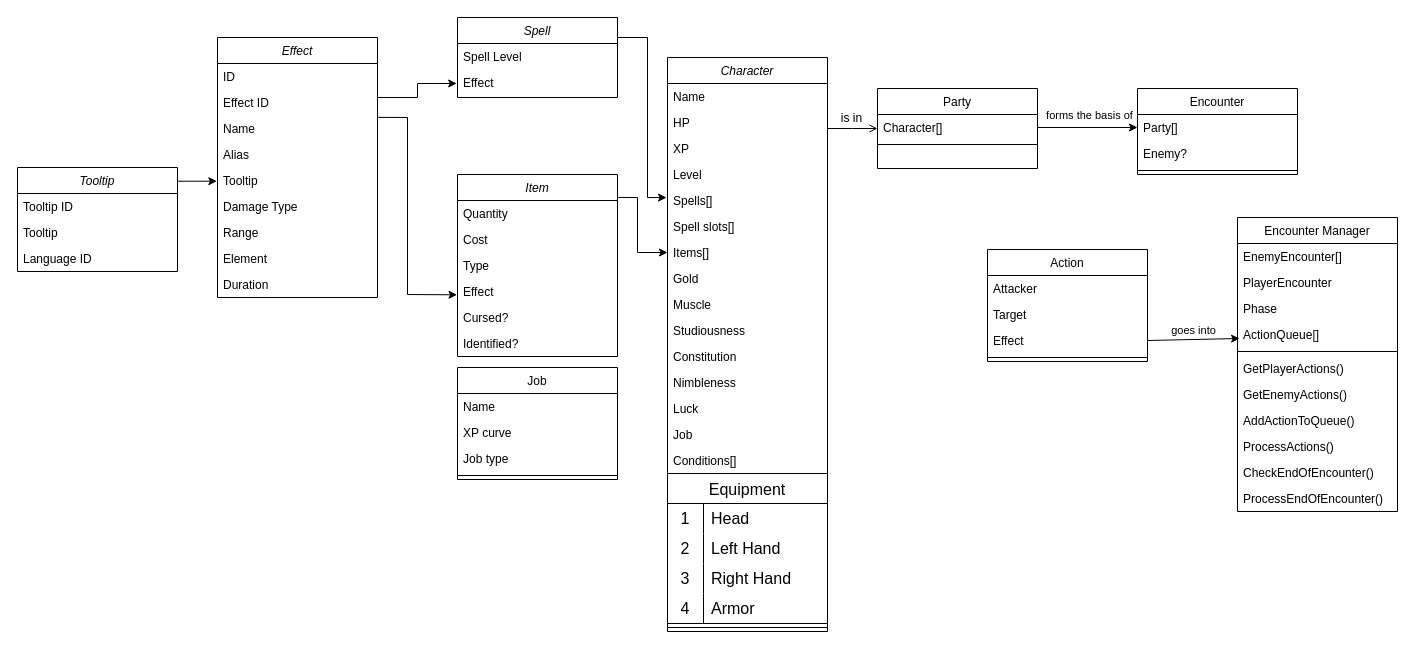
Before: classes.drawio in Schir/rpg-backend, a draw.io diagram. Source tidied: cells renumbered, new cells numbered last; positions are measured from the earlier drawing's top-left corner, leaving out a move shared by most shapes. Both pictures are drawn from the tidied source at 100%, with x=0, y=0 at pixel (17, 17).
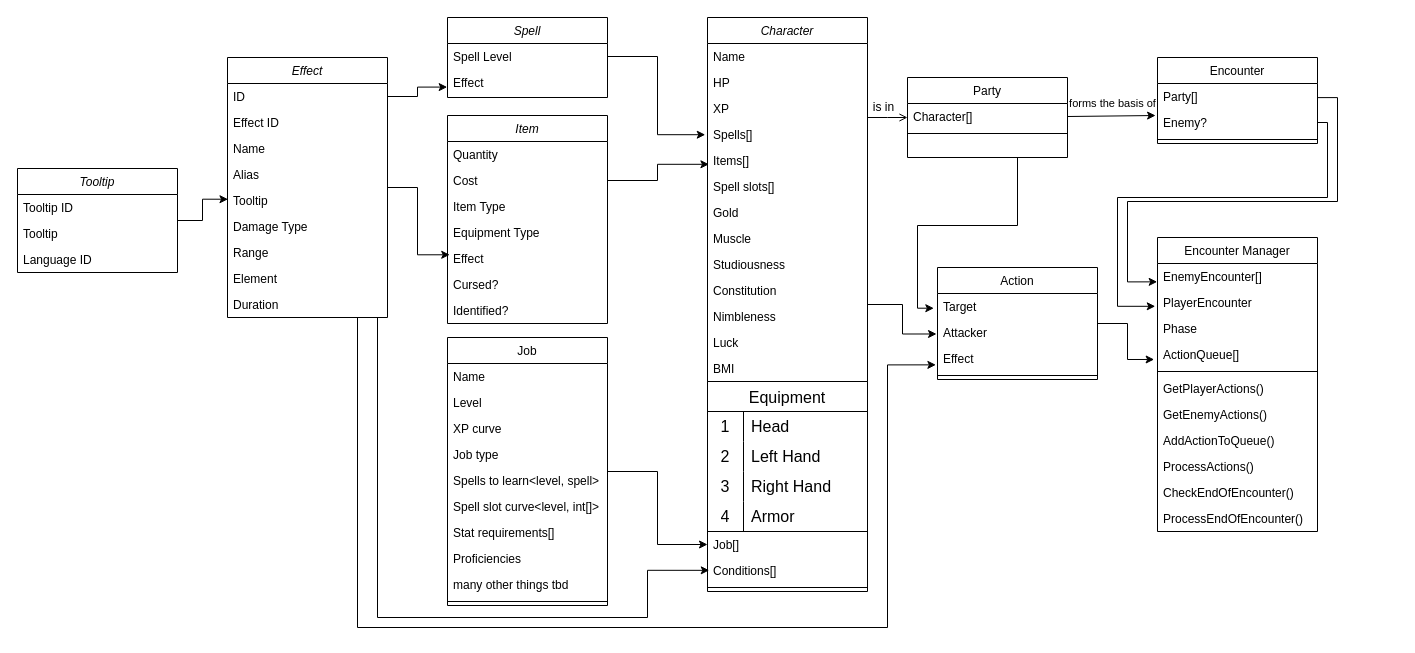
The same page after the edit.

The change refers to these unchanged cells:
```xml
<mxCell id="33" value="Character[]" style="text;align=left;verticalAlign=top;spacingLeft=4;spacingRight=4;overflow=hidden;points=[[0,0.5],[1,0.5]];portConstraint=eastwest;" parent="32" vertex="1">
  <mxGeometry y="26" width="160" height="26" as="geometry" />
</mxCell>
<mxCell id="39" value="Cost" style="text;align=left;verticalAlign=top;spacingLeft=4;spacingRight=4;overflow=hidden;points=[[0,0.5],[1,0.5]];portConstraint=eastwest;rounded=0;shadow=0;html=0;" parent="37" vertex="1">
  <mxGeometry y="52" width="160" height="26" as="geometry" />
</mxCell>
<mxCell id="45" value="Party[]" style="text;align=left;verticalAlign=top;spacingLeft=4;spacingRight=4;overflow=hidden;points=[[0,0.5],[1,0.5]];portConstraint=eastwest;" parent="44" vertex="1">
  <mxGeometry y="26" width="160" height="26" as="geometry" />
</mxCell>
<mxCell id="46" value="Enemy?" style="text;align=left;verticalAlign=top;spacingLeft=4;spacingRight=4;overflow=hidden;points=[[0,0.5],[1,0.5]];portConstraint=eastwest;" parent="44" vertex="1">
  <mxGeometry y="52" width="160" height="26" as="geometry" />
</mxCell>
<mxCell id="52" value="Spell Level" style="text;align=left;verticalAlign=top;spacingLeft=4;spacingRight=4;overflow=hidden;points=[[0,0.5],[1,0.5]];portConstraint=eastwest;rounded=0;shadow=0;html=0;" parent="51" vertex="1">
  <mxGeometry y="26" width="160" height="26" as="geometry" />
</mxCell>
<mxCell id="53" value="Effect" style="text;align=left;verticalAlign=top;spacingLeft=4;spacingRight=4;overflow=hidden;points=[[0,0.5],[1,0.5]];portConstraint=eastwest;rounded=0;shadow=0;html=0;" parent="51" vertex="1">
  <mxGeometry y="52" width="160" height="26" as="geometry" />
</mxCell>
<mxCell id="55" value="ID" style="text;align=left;verticalAlign=top;spacingLeft=4;spacingRight=4;overflow=hidden;points=[[0,0.5],[1,0.5]];portConstraint=eastwest;rounded=0;shadow=0;html=0;" parent="54" vertex="1">
  <mxGeometry y="26" width="160" height="26" as="geometry" />
</mxCell>
<mxCell id="56" value="Effect ID" style="text;align=left;verticalAlign=top;spacingLeft=4;spacingRight=4;overflow=hidden;points=[[0,0.5],[1,0.5]];portConstraint=eastwest;rounded=0;shadow=0;html=0;" parent="54" vertex="1">
  <mxGeometry y="52" width="160" height="26" as="geometry" />
</mxCell>
<mxCell id="59" value="Tooltip" style="text;align=left;verticalAlign=top;spacingLeft=4;spacingRight=4;overflow=hidden;points=[[0,0.5],[1,0.5]];portConstraint=eastwest;rounded=0;shadow=0;html=0;" parent="54" vertex="1">
  <mxGeometry y="130" width="160" height="26" as="geometry" />
</mxCell>
<mxCell id="68" value="EnemyEncounter[]" style="text;align=left;verticalAlign=top;spacingLeft=4;spacingRight=4;overflow=hidden;points=[[0,0.5],[1,0.5]];portConstraint=eastwest;" parent="67" vertex="1">
  <mxGeometry y="26" width="160" height="26" as="geometry" />
</mxCell>
<mxCell id="69" value="PlayerEncounter" style="text;align=left;verticalAlign=top;spacingLeft=4;spacingRight=4;overflow=hidden;points=[[0,0.5],[1,0.5]];portConstraint=eastwest;" parent="67" vertex="1">
  <mxGeometry y="52" width="160" height="26" as="geometry" />
</mxCell>
<mxCell id="71" value="ActionQueue[]" style="text;align=left;verticalAlign=top;spacingLeft=4;spacingRight=4;overflow=hidden;points=[[0,0.5],[1,0.5]];portConstraint=eastwest;" parent="67" vertex="1">
  <mxGeometry y="104" width="160" height="26" as="geometry" />
</mxCell>
<mxCell id="82" value="Effect" style="text;align=left;verticalAlign=top;spacingLeft=4;spacingRight=4;overflow=hidden;points=[[0,0.5],[1,0.5]];portConstraint=eastwest;" parent="79" vertex="1">
  <mxGeometry y="78" width="160" height="26" as="geometry" />
</mxCell>
```

Diff of the diagram source:
```diff
@@
+    <mxCell id="96" style="edgeStyle=orthogonalEdgeStyle;rounded=0;jettySize=auto;html=1;entryX=-0.006;entryY=0.557;entryDx=0;entryDy=0;entryPerimeter=0;" parent="1" edge="1" source="2" target="80">
+      <mxGeometry relative="1" as="geometry" />
+    </mxCell>
     <mxCell id="2" value="Character" style="swimlane;fontStyle=2;align=center;verticalAlign=top;horizontal=1;startSize=26;rounded=0;shadow=0;strokeWidth=1;" parent="1" vertex="1">
-      <mxGeometry x="650" y="40" width="160" height="574" as="geometry" />
+      <mxGeometry x="690" width="160" height="574" as="geometry" />
     </mxCell>
@@
-    <mxCell id="6" value="Level&#10;" style="text;align=left;verticalAlign=top;spacingLeft=4;spacingRight=4;overflow=hidden;rounded=0;shadow=0;html=0;" parent="2" vertex="1">
-      <mxGeometry y="104" width="160" height="26" as="geometry" />
-    </mxCell>
     <mxCell id="7" value="Spells[]" style="text;align=left;verticalAlign=top;spacingLeft=4;spacingRight=4;overflow=hidden;points=[[0,0.5],[1,0.5]];portConstraint=eastwest;rounded=0;shadow=0;html=0;" parent="2" vertex="1">
-      <mxGeometry y="130" width="160" height="26" as="geometry" />
+      <mxGeometry y="104" width="160" height="26" as="geometry" />
     </mxCell>
+    <mxCell id="9" value="Items[]" style="text;align=left;verticalAlign=top;spacingLeft=4;spacingRight=4;overflow=hidden;points=[[0,0.5],[1,0.5]];portConstraint=eastwest;rounded=0;shadow=0;html=0;" parent="2" vertex="1">
+      <mxGeometry y="130" width="160" height="26" as="geometry" />
+    </mxCell>
@@
-    <mxCell id="9" value="Items[]" style="text;align=left;verticalAlign=top;spacingLeft=4;spacingRight=4;overflow=hidden;points=[[0,0.5],[1,0.5]];portConstraint=eastwest;rounded=0;shadow=0;html=0;" parent="2" vertex="1">
-      <mxGeometry y="182" width="160" height="26" as="geometry" />
-    </mxCell>
     <mxCell id="10" value="Gold" style="text;align=left;verticalAlign=top;spacingLeft=4;spacingRight=4;overflow=hidden;rounded=0;shadow=0;html=0;" parent="2" vertex="1">
-      <mxGeometry y="208" width="160" height="26" as="geometry" />
+      <mxGeometry y="182" width="160" height="26" as="geometry" />
     </mxCell>
     <mxCell id="11" value="Muscle" style="text;align=left;verticalAlign=top;spacingLeft=4;spacingRight=4;overflow=hidden;rounded=0;shadow=0;html=0;" parent="2" vertex="1">
-      <mxGeometry y="234" width="160" height="26" as="geometry" />
+      <mxGeometry y="208" width="160" height="26" as="geometry" />
     </mxCell>
     <mxCell id="12" value="Studiousness" style="text;align=left;verticalAlign=top;spacingLeft=4;spacingRight=4;overflow=hidden;rounded=0;shadow=0;html=0;" parent="2" vertex="1">
-      <mxGeometry y="260" width="160" height="26" as="geometry" />
+      <mxGeometry y="234" width="160" height="26" as="geometry" />
     </mxCell>
     <mxCell id="13" value="Constitution" style="text;align=left;verticalAlign=top;spacingLeft=4;spacingRight=4;overflow=hidden;rounded=0;shadow=0;html=0;" parent="2" vertex="1">
-      <mxGeometry y="286" width="160" height="26" as="geometry" />
+      <mxGeometry y="260" width="160" height="26" as="geometry" />
     </mxCell>
     <mxCell id="14" value="Nimbleness" style="text;align=left;verticalAlign=top;spacingLeft=4;spacingRight=4;overflow=hidden;rounded=0;shadow=0;html=0;" parent="2" vertex="1">
-      <mxGeometry y="312" width="160" height="26" as="geometry" />
+      <mxGeometry y="286" width="160" height="26" as="geometry" />
     </mxCell>
     <mxCell id="15" value="Luck" style="text;align=left;verticalAlign=top;spacingLeft=4;spacingRight=4;overflow=hidden;rounded=0;shadow=0;html=0;" parent="2" vertex="1">
-      <mxGeometry y="338" width="160" height="26" as="geometry" />
+      <mxGeometry y="312" width="160" height="26" as="geometry" />
     </mxCell>
-    <mxCell id="16" value="Job" style="text;align=left;verticalAlign=top;spacingLeft=4;spacingRight=4;overflow=hidden;points=[[0,0.5],[1,0.5]];portConstraint=eastwest;rounded=0;shadow=0;html=0;" parent="2" vertex="1">
-      <mxGeometry y="364" width="160" height="26" as="geometry" />
-    </mxCell>
-    <mxCell id="17" value="Conditions[]" style="text;align=left;verticalAlign=top;spacingLeft=4;spacingRight=4;overflow=hidden;points=[[0,0.5],[1,0.5]];portConstraint=eastwest;rounded=0;shadow=0;html=0;" parent="2" vertex="1">
-      <mxGeometry y="390" width="160" height="26" as="geometry" />
-    </mxCell>
+    <mxCell id="97" value="BMI" style="text;align=left;verticalAlign=top;spacingLeft=4;spacingRight=4;overflow=hidden;rounded=0;shadow=0;html=0;" parent="2" vertex="1">
+      <mxGeometry y="338" width="160" height="26" as="geometry" />
+    </mxCell>
     <mxCell id="18" value="Equipment" style="shape=table;startSize=30;childLayout=tableLayout;rowLines=0;fontStyle=0;strokeColor=default;fontSize=16;" parent="2" vertex="1">
-      <mxGeometry y="416" width="160" height="150" as="geometry" />
+      <mxGeometry y="364" width="160" height="150" as="geometry" />
     </mxCell>
@@
+    <mxCell id="16" value="Job[]" style="text;align=left;verticalAlign=top;spacingLeft=4;spacingRight=4;overflow=hidden;points=[[0,0.5],[1,0.5]];portConstraint=eastwest;rounded=0;shadow=0;html=0;" parent="2" vertex="1">
+      <mxGeometry y="514" width="160" height="26" as="geometry" />
+    </mxCell>
+    <mxCell id="17" value="Conditions[]" style="text;align=left;verticalAlign=top;spacingLeft=4;spacingRight=4;overflow=hidden;points=[[0,0.5],[1,0.5]];portConstraint=eastwest;rounded=0;shadow=0;html=0;" parent="2" vertex="1">
+      <mxGeometry y="540" width="160" height="26" as="geometry" />
+    </mxCell>
@@
+    <mxCell id="98" style="edgeStyle=orthogonalEdgeStyle;rounded=0;jettySize=auto;html=1;entryX=-0.023;entryY=0.566;entryDx=0;entryDy=0;entryPerimeter=0;" parent="1" edge="1" source="32" target="81">
+      <mxGeometry relative="1" as="geometry">
+        <Array as="points">
+          <mxPoint x="1000" y="208" />
+          <mxPoint x="900" y="208" />
+          <mxPoint x="900" y="291" />
+        </Array>
+      </mxGeometry>
+    </mxCell>
     <mxCell id="32" value="Party" style="swimlane;fontStyle=0;align=center;verticalAlign=top;horizontal=1;startSize=26;rounded=0;shadow=0;strokeWidth=1;" parent="1" vertex="1">
-      <mxGeometry x="860" y="71" width="160" height="80" as="geometry" />
+      <mxGeometry x="890" y="60" width="160" height="80" as="geometry" />
     </mxCell>
@@
+    <mxCell id="99" style="edgeStyle=orthogonalEdgeStyle;rounded=0;jettySize=auto;html=1;entryX=0.009;entryY=0.646;entryDx=0;entryDy=0;entryPerimeter=0;exitX=1;exitY=0.5;exitDx=0;exitDy=0;" parent="1" edge="1" source="39" target="9">
+      <mxGeometry relative="1" as="geometry" />
+    </mxCell>
     <mxCell id="37" value="Item" style="swimlane;fontStyle=2;align=center;verticalAlign=top;horizontal=1;startSize=26;rounded=0;shadow=0;strokeWidth=1;" parent="1" vertex="1">
-      <mxGeometry x="440" y="157" width="160" height="182" as="geometry" />
+      <mxGeometry x="430" y="98" width="160" height="208" as="geometry" />
     </mxCell>
@@
-    <mxCell id="40" value="Type" style="text;align=left;verticalAlign=top;spacingLeft=4;spacingRight=4;overflow=hidden;rounded=0;shadow=0;html=0;" parent="37" vertex="1">
+    <mxCell id="40" value="Item Type" style="text;align=left;verticalAlign=top;spacingLeft=4;spacingRight=4;overflow=hidden;rounded=0;shadow=0;html=0;" parent="37" vertex="1">
       <mxGeometry y="78" width="160" height="26" as="geometry" />
     </mxCell>
+    <mxCell id="100" value="Equipment Type" style="text;align=left;verticalAlign=top;spacingLeft=4;spacingRight=4;overflow=hidden;rounded=0;shadow=0;html=0;" parent="37" vertex="1">
+      <mxGeometry y="104" width="160" height="26" as="geometry" />
+    </mxCell>
     <mxCell id="41" value="Effect" style="text;align=left;verticalAlign=top;spacingLeft=4;spacingRight=4;overflow=hidden;points=[[0,0.5],[1,0.5]];portConstraint=eastwest;rounded=0;shadow=0;html=0;" parent="37" vertex="1">
-      <mxGeometry y="104" width="160" height="26" as="geometry" />
+      <mxGeometry y="130" width="160" height="26" as="geometry" />
     </mxCell>
     <mxCell id="42" value="Cursed?" style="text;align=left;verticalAlign=top;spacingLeft=4;spacingRight=4;overflow=hidden;rounded=0;shadow=0;html=0;" parent="37" vertex="1">
-      <mxGeometry y="130" width="160" height="26" as="geometry" />
+      <mxGeometry y="156" width="160" height="26" as="geometry" />
     </mxCell>
     <mxCell id="43" value="Identified?" style="text;align=left;verticalAlign=top;spacingLeft=4;spacingRight=4;overflow=hidden;rounded=0;shadow=0;html=0;" parent="37" vertex="1">
-      <mxGeometry y="156" width="160" height="26" as="geometry" />
+      <mxGeometry y="182" width="160" height="26" as="geometry" />
     </mxCell>
+    <mxCell id="101" style="edgeStyle=orthogonalEdgeStyle;rounded=0;jettySize=auto;html=1;exitX=1;exitY=0.5;exitDx=0;exitDy=0;entryX=-0.014;entryY=0.646;entryDx=0;entryDy=0;entryPerimeter=0;" parent="1" edge="1" source="46" target="69">
+      <mxGeometry relative="1" as="geometry">
+        <Array as="points">
+          <mxPoint x="1310" y="105" />
+          <mxPoint x="1310" y="180" />
+          <mxPoint x="1100" y="180" />
+          <mxPoint x="1100" y="289" />
+        </Array>
+      </mxGeometry>
+    </mxCell>
     <mxCell id="44" value="Encounter" style="swimlane;fontStyle=0;align=center;verticalAlign=top;horizontal=1;startSize=26;rounded=0;shadow=0;strokeWidth=1;" parent="1" vertex="1">
-      <mxGeometry x="1120" y="71" width="160" height="86" as="geometry" />
+      <mxGeometry x="1140" y="40" width="160" height="86" as="geometry" />
     </mxCell>
@@
-    <mxCell id="48" style="endArrow=classic;html=1;rounded=0;entryX=0;entryY=0.5;entryDx=0;entryDy=0;exitX=1;exitY=0.5;exitDx=0;exitDy=0;" parent="1" edge="1" source="33" target="45">
+    <mxCell id="48" style="endArrow=classic;html=1;rounded=0;entryX=-0.012;entryY=0.231;entryDx=0;entryDy=0;exitX=1;exitY=0.5;exitDx=0;exitDy=0;entryPerimeter=0;" parent="1" edge="1" source="33" target="46">
       <mxGeometry relative="1" as="geometry" />
     </mxCell>
@@
-    <mxCell id="50" style="endArrow=classic;html=1;rounded=0;entryX=0;entryY=0.5;entryDx=0;entryDy=0;exitX=0.998;exitY=0.126;exitDx=0;exitDy=0;exitPerimeter=0;" parent="1" edge="1" source="37" target="9">
-      <mxGeometry relative="1" as="geometry">
-        <Array as="points">
-          <mxPoint x="620" y="180" />
-          <mxPoint x="620" y="235" />
-        </Array>
-      </mxGeometry>
-    </mxCell>
     <mxCell id="51" value="Spell" style="swimlane;fontStyle=2;align=center;verticalAlign=top;horizontal=1;startSize=26;rounded=0;shadow=0;strokeWidth=1;" parent="1" vertex="1">
-      <mxGeometry x="440" width="160" height="80" as="geometry" />
+      <mxGeometry x="430" width="160" height="80" as="geometry" />
     </mxCell>
@@
+    <mxCell id="102" style="edgeStyle=orthogonalEdgeStyle;rounded=0;jettySize=auto;html=1;entryX=0.014;entryY=0.357;entryDx=0;entryDy=0;entryPerimeter=0;" parent="1" edge="1" source="54" target="41">
+      <mxGeometry relative="1" as="geometry" />
+    </mxCell>
+    <mxCell id="103" style="edgeStyle=orthogonalEdgeStyle;rounded=0;jettySize=auto;html=1;entryX=0.011;entryY=0.494;entryDx=0;entryDy=0;entryPerimeter=0;" parent="1" edge="1" source="54" target="17">
+      <mxGeometry relative="1" as="geometry">
+        <Array as="points">
+          <mxPoint x="360" y="600" />
+          <mxPoint x="630" y="600" />
+          <mxPoint x="630" y="553" />
+          <mxPoint x="692" y="553" />
+        </Array>
+      </mxGeometry>
+    </mxCell>
     <mxCell id="54" value="Effect" style="swimlane;fontStyle=2;align=center;verticalAlign=top;horizontal=1;startSize=26;rounded=0;shadow=0;strokeWidth=1;" parent="1" vertex="1">
-      <mxGeometry x="200" y="20" width="160" height="260" as="geometry" />
+      <mxGeometry x="210" y="40" width="160" height="260" as="geometry" />
     </mxCell>
@@
-    <mxCell id="64" style="endArrow=classic;html=1;rounded=0;exitX=1;exitY=0.25;exitDx=0;exitDy=0;entryX=-0.006;entryY=0.39;entryDx=0;entryDy=0;entryPerimeter=0;" parent="1" edge="1" source="51" target="7">
-      <mxGeometry relative="1" as="geometry">
-        <Array as="points">
-          <mxPoint x="630" y="20" />
-          <mxPoint x="630" y="180" />
-        </Array>
-      </mxGeometry>
-    </mxCell>
-    <mxCell id="65" style="endArrow=classic;html=1;rounded=0;entryX=-0.005;entryY=0.537;entryDx=0;entryDy=0;entryPerimeter=0;" parent="1" edge="1" target="53">
-      <mxGeometry relative="1" as="geometry">
-        <mxPoint x="360" y="80" as="sourcePoint" />
-        <Array as="points">
-          <mxPoint x="400" y="80" />
-          <mxPoint x="400" y="66" />
-        </Array>
-      </mxGeometry>
-    </mxCell>
-    <mxCell id="66" style="endArrow=classic;html=1;rounded=0;entryX=-0.003;entryY=0.628;entryDx=0;entryDy=0;entryPerimeter=0;exitX=1.001;exitY=1.071;exitDx=0;exitDy=0;exitPerimeter=0;" parent="1" edge="1" source="56" target="41">
-      <mxGeometry relative="1" as="geometry">
-        <Array as="points">
-          <mxPoint x="390" y="100" />
-          <mxPoint x="390" y="277" />
-        </Array>
-      </mxGeometry>
-    </mxCell>
     <mxCell id="67" value="Encounter Manager" style="swimlane;fontStyle=0;align=center;verticalAlign=top;horizontal=1;startSize=26;rounded=0;shadow=0;strokeWidth=1;" parent="1" vertex="1">
-      <mxGeometry x="1220" y="200" width="160" height="294" as="geometry" />
+      <mxGeometry x="1140" y="220" width="160" height="294" as="geometry" />
     </mxCell>
@@
+    <mxCell id="104" style="edgeStyle=orthogonalEdgeStyle;rounded=0;jettySize=auto;html=1;entryX=-0.021;entryY=0.691;entryDx=0;entryDy=0;entryPerimeter=0;" parent="1" edge="1" source="79" target="71">
+      <mxGeometry relative="1" as="geometry" />
+    </mxCell>
     <mxCell id="79" value="Action" style="swimlane;fontStyle=0;align=center;verticalAlign=top;horizontal=1;startSize=26;rounded=0;shadow=0;strokeWidth=1;" parent="1" vertex="1">
-      <mxGeometry x="970" y="232" width="160" height="112" as="geometry" />
+      <mxGeometry x="920" y="250" width="160" height="112" as="geometry" />
     </mxCell>
+    <mxCell id="81" value="Target" style="text;align=left;verticalAlign=top;spacingLeft=4;spacingRight=4;overflow=hidden;points=[[0,0.5],[1,0.5]];portConstraint=eastwest;" parent="79" vertex="1">
+      <mxGeometry y="26" width="160" height="26" as="geometry" />
+    </mxCell>
     <mxCell id="80" value="Attacker" style="text;align=left;verticalAlign=top;spacingLeft=4;spacingRight=4;overflow=hidden;points=[[0,0.5],[1,0.5]];portConstraint=eastwest;" parent="79" vertex="1">
-      <mxGeometry y="26" width="160" height="26" as="geometry" />
+      <mxGeometry y="52" width="160" height="26" as="geometry" />
     </mxCell>
-    <mxCell id="81" value="Target" style="text;align=left;verticalAlign=top;spacingLeft=4;spacingRight=4;overflow=hidden;points=[[0,0.5],[1,0.5]];portConstraint=eastwest;" parent="79" vertex="1">
-      <mxGeometry y="52" width="160" height="26" as="geometry" />
-    </mxCell>
@@
-    <mxCell id="84" style="endArrow=classic;html=1;rounded=0;exitX=1;exitY=0.5;exitDx=0;exitDy=0;entryX=0.013;entryY=0.654;entryDx=0;entryDy=0;entryPerimeter=0;" parent="1" edge="1" source="82" target="71">
-      <mxGeometry relative="1" as="geometry" />
-    </mxCell>
-    <mxCell id="85" value="goes into" style="edgeLabel;html=1;align=center;verticalAlign=middle;" parent="84" vertex="1">
-      <mxGeometry relative="1" as="geometry">
-        <mxPoint y="-10" as="offset" />
-      </mxGeometry>
-    </mxCell>
+    <mxCell id="105" style="edgeStyle=orthogonalEdgeStyle;rounded=0;jettySize=auto;html=1;entryX=0;entryY=0.5;entryDx=0;entryDy=0;" parent="1" edge="1" source="86" target="16">
+      <mxGeometry relative="1" as="geometry" />
+    </mxCell>
     <mxCell id="86" value="Job" style="swimlane;fontStyle=0;align=center;verticalAlign=top;horizontal=1;startSize=26;rounded=0;shadow=0;strokeWidth=1;" parent="1" vertex="1">
-      <mxGeometry x="440" y="350" width="160" height="112" as="geometry" />
+      <mxGeometry x="430" y="320" width="160" height="268" as="geometry" />
     </mxCell>
@@
+    <mxCell id="6" value="Level" style="text;align=left;verticalAlign=top;spacingLeft=4;spacingRight=4;overflow=hidden;" parent="86" vertex="1">
+      <mxGeometry y="52" width="160" height="26" as="geometry" />
+    </mxCell>
     <mxCell id="88" value="XP curve" style="text;align=left;verticalAlign=top;spacingLeft=4;spacingRight=4;overflow=hidden;" parent="86" vertex="1">
-      <mxGeometry y="52" width="160" height="26" as="geometry" />
+      <mxGeometry y="78" width="160" height="26" as="geometry" />
     </mxCell>
     <mxCell id="89" value="Job type" style="text;align=left;verticalAlign=top;spacingLeft=4;spacingRight=4;overflow=hidden;" parent="86" vertex="1">
-      <mxGeometry y="78" width="160" height="26" as="geometry" />
+      <mxGeometry y="104" width="160" height="26" as="geometry" />
     </mxCell>
+    <mxCell id="106" value="Spells to learn&lt;level, spell&gt;" style="text;align=left;verticalAlign=top;spacingLeft=4;spacingRight=4;overflow=hidden;" parent="86" vertex="1">
+      <mxGeometry y="130" width="160" height="26" as="geometry" />
+    </mxCell>
+    <mxCell id="107" value="Spell slot curve&lt;level, int[]&gt;" style="text;align=left;verticalAlign=top;spacingLeft=4;spacingRight=4;overflow=hidden;" parent="86" vertex="1">
+      <mxGeometry y="156" width="160" height="26" as="geometry" />
+    </mxCell>
+    <mxCell id="108" value="Stat requirements[]" style="text;align=left;verticalAlign=top;spacingLeft=4;spacingRight=4;overflow=hidden;" parent="86" vertex="1">
+      <mxGeometry y="182" width="160" height="26" as="geometry" />
+    </mxCell>
+    <mxCell id="109" value="Proficiencies" style="text;align=left;verticalAlign=top;spacingLeft=4;spacingRight=4;overflow=hidden;" parent="86" vertex="1">
+      <mxGeometry y="208" width="160" height="26" as="geometry" />
+    </mxCell>
+    <mxCell id="110" value="many other things tbd" style="text;align=left;verticalAlign=top;spacingLeft=4;spacingRight=4;overflow=hidden;" parent="86" vertex="1">
+      <mxGeometry y="234" width="160" height="26" as="geometry" />
+    </mxCell>
     <mxCell id="90" style="line;html=1;strokeWidth=1;align=left;verticalAlign=middle;spacingTop=-1;spacingLeft=3;spacingRight=3;labelPosition=right;" parent="86" vertex="1">
-      <mxGeometry y="104" width="160" height="8" as="geometry" />
+      <mxGeometry y="260" width="160" height="8" as="geometry" />
     </mxCell>
+    <mxCell id="95" style="edgeStyle=orthogonalEdgeStyle;rounded=0;jettySize=auto;html=1;entryX=0.003;entryY=0.451;entryDx=0;entryDy=0;entryPerimeter=0;" parent="1" edge="1" source="91" target="59">
+      <mxGeometry relative="1" as="geometry" />
+    </mxCell>
     <mxCell id="91" value="Tooltip" style="swimlane;fontStyle=2;align=center;verticalAlign=top;horizontal=1;startSize=26;rounded=0;shadow=0;strokeWidth=1;" parent="1" vertex="1">
-      <mxGeometry y="150" width="160" height="104" as="geometry" />
+      <mxGeometry y="151" width="160" height="104" as="geometry" />
     </mxCell>
@@
-    <mxCell id="95" style="endArrow=classic;html=1;rounded=0;exitX=0.996;exitY=0.132;exitDx=0;exitDy=0;exitPerimeter=0;entryX=-0.004;entryY=0.526;entryDx=0;entryDy=0;entryPerimeter=0;" parent="1" edge="1" source="91" target="59">
-      <mxGeometry relative="1" as="geometry" />
-    </mxCell>
+    <mxCell id="111" style="edgeStyle=orthogonalEdgeStyle;rounded=0;jettySize=auto;html=1;entryX=-0.014;entryY=0.508;entryDx=0;entryDy=0;entryPerimeter=0;" parent="1" edge="1" source="52" target="7">
+      <mxGeometry relative="1" as="geometry" />
+    </mxCell>
+    <mxCell id="112" style="edgeStyle=orthogonalEdgeStyle;rounded=0;jettySize=auto;html=1;entryX=-0.002;entryY=0.676;entryDx=0;entryDy=0;entryPerimeter=0;" parent="1" edge="1" source="55" target="53">
+      <mxGeometry relative="1" as="geometry" />
+    </mxCell>
+    <mxCell id="113" style="edgeStyle=orthogonalEdgeStyle;rounded=0;jettySize=auto;html=1;entryX=-0.01;entryY=0.745;entryDx=0;entryDy=0;entryPerimeter=0;" parent="1" edge="1" source="54" target="82">
+      <mxGeometry relative="1" as="geometry">
+        <Array as="points">
+          <mxPoint x="340" y="610" />
+          <mxPoint x="870" y="610" />
+          <mxPoint x="870" y="347" />
+        </Array>
+      </mxGeometry>
+    </mxCell>
+    <mxCell id="114" style="edgeStyle=orthogonalEdgeStyle;rounded=0;jettySize=auto;html=1;entryX=-0.002;entryY=0.706;entryDx=0;entryDy=0;entryPerimeter=0;exitX=0.998;exitY=0.543;exitDx=0;exitDy=0;exitPerimeter=0;" parent="1" edge="1" source="45" target="68">
+      <mxGeometry relative="1" as="geometry">
+        <Array as="points">
+          <mxPoint x="1320" y="80" />
+          <mxPoint x="1320" y="184" />
+          <mxPoint x="1110" y="184" />
+          <mxPoint x="1110" y="264" />
+        </Array>
+      </mxGeometry>
+    </mxCell>
```
